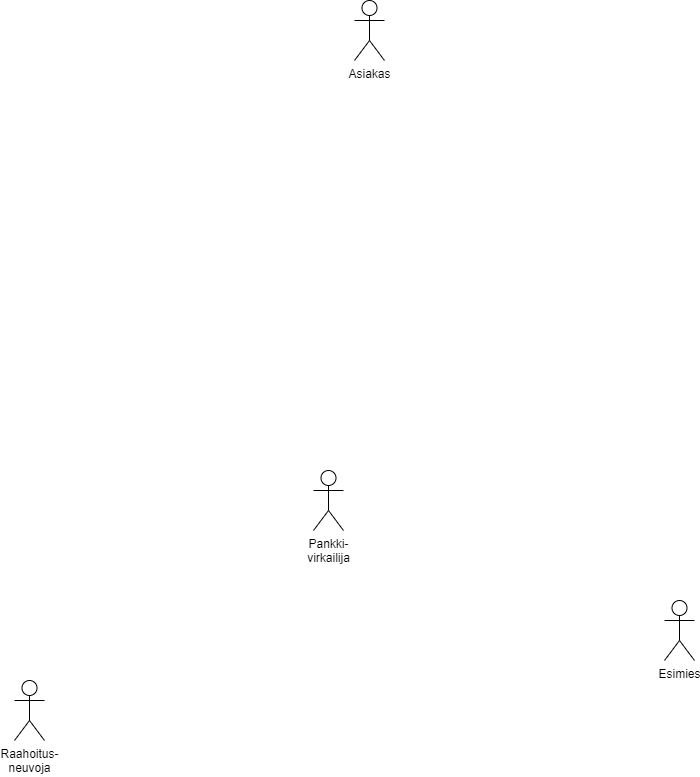
This is Harjoitus3.drawio.png from PinjaCare/UML-kaaviot, a draw.io export, as it was before one commit. Source tidied: cells renumbered, new cells last; positions are measured from the earlier drawing's top-left corner, leaving out a move shared by most shapes. Source of this version:
```xml
<mxGraphModel>
  <root>
    <mxCell id="0" />
    <mxCell id="1" parent="0" />
    <mxCell id="2" value="Asiakas" style="shape=umlActor;verticalLabelPosition=bottom;verticalAlign=top;html=1;" parent="1" vertex="1">
      <mxGeometry x="340" width="30" height="60" as="geometry" />
    </mxCell>
    <mxCell id="3" value="Pankki-&lt;div&gt;virkailija&lt;/div&gt;" style="shape=umlActor;verticalLabelPosition=bottom;verticalAlign=top;html=1;" parent="1" vertex="1">
      <mxGeometry x="299" y="470" width="30" height="60" as="geometry" />
    </mxCell>
    <mxCell id="4" value="Raahoitus-&lt;div&gt;neuvoja&lt;/div&gt;" style="shape=umlActor;verticalLabelPosition=bottom;verticalAlign=top;html=1;" parent="1" vertex="1">
      <mxGeometry y="680" width="30" height="60" as="geometry" />
    </mxCell>
    <mxCell id="5" value="Esimies" style="shape=umlActor;verticalLabelPosition=bottom;verticalAlign=top;html=1;" parent="1" vertex="1">
      <mxGeometry x="650" y="600" width="30" height="60" as="geometry" />
    </mxCell>
  </root>
</mxGraphModel>
```
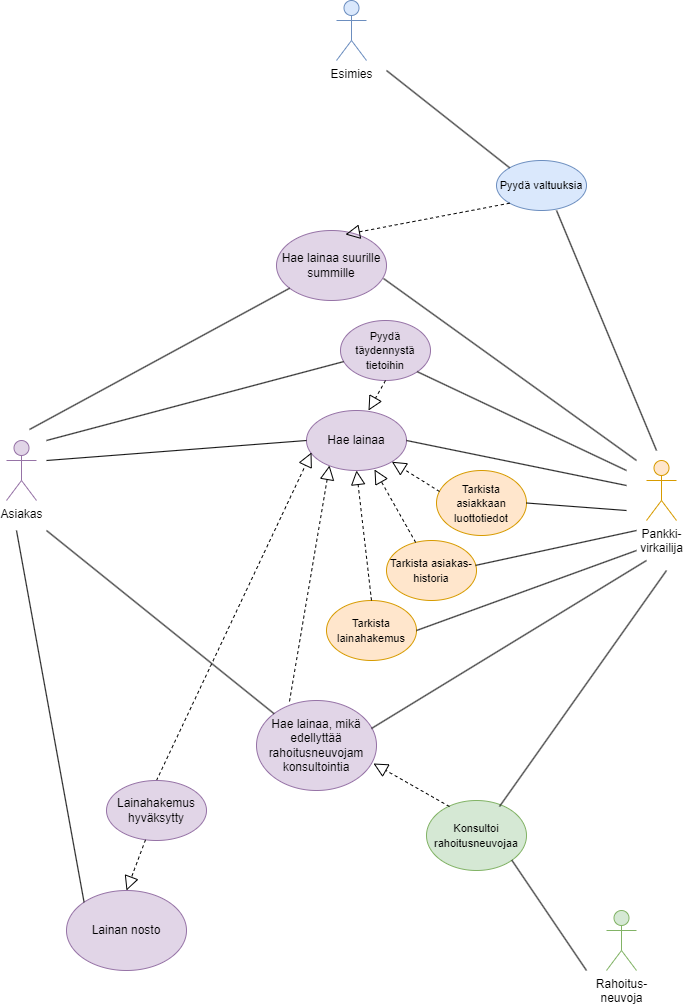
Above is the later version.

Change to the diagram source:
```diff
@@ -2,17 +2,157 @@
   <root>
     <mxCell id="0" />
     <mxCell id="1" parent="0" />
-    <mxCell id="2" value="Asiakas" style="shape=umlActor;verticalLabelPosition=bottom;verticalAlign=top;html=1;" parent="1" vertex="1">
-      <mxGeometry x="340" width="30" height="60" as="geometry" />
+    <mxCell id="2" value="Asiakas" style="shape=umlActor;verticalLabelPosition=bottom;verticalAlign=top;html=1;fillColor=#e1d5e7;strokeColor=#9673a6;" parent="1" vertex="1">
+      <mxGeometry x="-20" y="290" width="30" height="60" as="geometry" />
     </mxCell>
-    <mxCell id="3" value="Pankki-&lt;div&gt;virkailija&lt;/div&gt;" style="shape=umlActor;verticalLabelPosition=bottom;verticalAlign=top;html=1;" parent="1" vertex="1">
-      <mxGeometry x="299" y="470" width="30" height="60" as="geometry" />
+    <mxCell id="3" value="Pankki-&lt;div&gt;virkailija&lt;/div&gt;" style="shape=umlActor;verticalLabelPosition=bottom;verticalAlign=top;html=1;fillColor=#ffe6cc;strokeColor=#d79b00;" parent="1" vertex="1">
+      <mxGeometry x="620" y="310" width="30" height="60" as="geometry" />
     </mxCell>
-    <mxCell id="4" value="Raahoitus-&lt;div&gt;neuvoja&lt;/div&gt;" style="shape=umlActor;verticalLabelPosition=bottom;verticalAlign=top;html=1;" parent="1" vertex="1">
-      <mxGeometry y="680" width="30" height="60" as="geometry" />
+    <mxCell id="4" value="Rahoitus-&lt;div&gt;neuvoja&lt;/div&gt;" style="shape=umlActor;verticalLabelPosition=bottom;verticalAlign=top;html=1;fillColor=#d5e8d4;strokeColor=#82b366;" parent="1" vertex="1">
+      <mxGeometry x="580" y="760" width="30" height="60" as="geometry" />
     </mxCell>
-    <mxCell id="5" value="Esimies" style="shape=umlActor;verticalLabelPosition=bottom;verticalAlign=top;html=1;" parent="1" vertex="1">
-      <mxGeometry x="650" y="600" width="30" height="60" as="geometry" />
+    <mxCell id="5" value="Esimies" style="shape=umlActor;verticalLabelPosition=bottom;verticalAlign=top;html=1;fillColor=#dae8fc;strokeColor=#6c8ebf;" parent="1" vertex="1">
+      <mxGeometry x="310" y="-150" width="30" height="60" as="geometry" />
     </mxCell>
+    <mxCell id="6" value="Hae lainaa" style="ellipse;whiteSpace=wrap;html=1;shadow=0;strokeColor=#9673a6;align=center;verticalAlign=middle;fontFamily=Helvetica;fontSize=12;fillColor=#e1d5e7;gradientDirection=east;" parent="1" vertex="1">
+      <mxGeometry x="280" y="260" width="100" height="60" as="geometry" />
+    </mxCell>
+    <mxCell id="7" style="endArrow=none;html=1;rounded=0;entryX=0;entryY=0.5;entryDx=0;entryDy=0;" parent="1" edge="1" target="6">
+      <mxGeometry relative="1" as="geometry">
+        <mxPoint x="20" y="310" as="sourcePoint" />
+      </mxGeometry>
+    </mxCell>
+    <mxCell id="8" style="endArrow=none;html=1;rounded=0;entryX=0;entryY=0.5;entryDx=0;entryDy=0;exitX=1;exitY=0.5;exitDx=0;exitDy=0;" parent="1" edge="1" source="6">
+      <mxGeometry relative="1" as="geometry">
+        <mxPoint x="600" y="335" as="targetPoint" />
+      </mxGeometry>
+    </mxCell>
+    <mxCell id="9" value="&lt;font style=&quot;font-size: 11px;&quot;&gt;Tarkista asiakkaan luottotiedot&lt;/font&gt;" style="ellipse;whiteSpace=wrap;html=1;fillColor=#ffe6cc;strokeColor=#d79b00;" parent="1" vertex="1">
+      <mxGeometry x="410" y="320" width="90" height="65" as="geometry" />
+    </mxCell>
+    <mxCell id="10" style="endArrow=none;html=1;rounded=0;exitX=1;exitY=0.5;exitDx=0;exitDy=0;" parent="1" edge="1" source="9">
+      <mxGeometry relative="1" as="geometry">
+        <mxPoint x="600" y="360" as="targetPoint" />
+      </mxGeometry>
+    </mxCell>
+    <mxCell id="11" style="endArrow=block;dashed=1;endFill=0;endSize=12;html=1;rounded=0;exitX=0.033;exitY=0.323;exitDx=0;exitDy=0;entryX=1;entryY=1;entryDx=0;entryDy=0;exitPerimeter=0;" parent="1" edge="1" source="9" target="6">
+      <mxGeometry relative="1" as="geometry" />
+    </mxCell>
+    <mxCell id="12" value="&lt;span style=&quot;font-size: 11px;&quot;&gt;Tarkista asiakas-historia&lt;/span&gt;" style="ellipse;whiteSpace=wrap;html=1;shadow=0;strokeColor=#d79b00;align=center;verticalAlign=middle;fontFamily=Helvetica;fontSize=12;fillColor=#ffe6cc;gradientDirection=east;" parent="1" vertex="1">
+      <mxGeometry x="360" y="390" width="90" height="60" as="geometry" />
+    </mxCell>
+    <mxCell id="13" style="endArrow=block;dashed=1;endFill=0;endSize=12;html=1;rounded=0;entryX=0.68;entryY=0.983;entryDx=0;entryDy=0;entryPerimeter=0;" parent="1" edge="1" source="12" target="6">
+      <mxGeometry relative="1" as="geometry" />
+    </mxCell>
+    <mxCell id="14" style="endArrow=none;html=1;rounded=0;exitX=0.989;exitY=0.415;exitDx=0;exitDy=0;exitPerimeter=0;" parent="1" edge="1" source="12">
+      <mxGeometry relative="1" as="geometry">
+        <mxPoint x="610" y="380" as="targetPoint" />
+      </mxGeometry>
+    </mxCell>
+    <mxCell id="15" value="&lt;span style=&quot;font-size: 11px;&quot;&gt;Tarkista lainahakemus&lt;/span&gt;" style="ellipse;whiteSpace=wrap;html=1;shadow=0;strokeColor=#d79b00;align=center;verticalAlign=middle;fontFamily=Helvetica;fontSize=12;fillColor=#ffe6cc;gradientDirection=east;" parent="1" vertex="1">
+      <mxGeometry x="300" y="450" width="90" height="60" as="geometry" />
+    </mxCell>
+    <mxCell id="16" style="endArrow=block;dashed=1;endFill=0;endSize=12;html=1;rounded=0;exitX=0.5;exitY=0;exitDx=0;exitDy=0;entryX=0.5;entryY=1;entryDx=0;entryDy=0;" parent="1" edge="1" source="15" target="6">
+      <mxGeometry relative="1" as="geometry" />
+    </mxCell>
+    <mxCell id="17" style="endArrow=none;html=1;rounded=0;exitX=1;exitY=0.5;exitDx=0;exitDy=0;" parent="1" edge="1" source="15">
+      <mxGeometry relative="1" as="geometry">
+        <mxPoint x="610" y="400" as="targetPoint" />
+      </mxGeometry>
+    </mxCell>
+    <mxCell id="18" value="&lt;span style=&quot;font-size: 11px;&quot;&gt;Pyydä täydennystä tietoihin&lt;/span&gt;" style="ellipse;whiteSpace=wrap;html=1;fillColor=#e1d5e7;strokeColor=#9673a6;" parent="1" vertex="1">
+      <mxGeometry x="314" y="170" width="90" height="60" as="geometry" />
+    </mxCell>
+    <mxCell id="19" style="endArrow=block;dashed=1;endFill=0;endSize=12;html=1;rounded=0;exitX=0.5;exitY=1;exitDx=0;exitDy=0;entryX=0.62;entryY=0;entryDx=0;entryDy=0;entryPerimeter=0;" parent="1" edge="1" source="18" target="6">
+      <mxGeometry relative="1" as="geometry" />
+    </mxCell>
+    <mxCell id="20" style="endArrow=none;html=1;rounded=0;exitX=1;exitY=1;exitDx=0;exitDy=0;" parent="1" edge="1" source="18">
+      <mxGeometry relative="1" as="geometry">
+        <mxPoint x="600" y="320" as="targetPoint" />
+      </mxGeometry>
+    </mxCell>
+    <mxCell id="21" style="endArrow=none;html=1;rounded=0;" parent="1" edge="1" target="18">
+      <mxGeometry relative="1" as="geometry">
+        <mxPoint x="20" y="290" as="sourcePoint" />
+      </mxGeometry>
+    </mxCell>
+    <mxCell id="22" value="Hae lainaa, mikä edellyttää rahoitusneuvojam konsultointia" style="ellipse;whiteSpace=wrap;html=1;gradientDirection=east;fillColor=#e1d5e7;strokeColor=#9673a6;shadow=0;textShadow=0;" parent="1" vertex="1">
+      <mxGeometry x="230" y="550" width="120" height="90" as="geometry" />
+    </mxCell>
+    <mxCell id="23" style="endArrow=none;html=1;rounded=0;entryX=0;entryY=0;entryDx=0;entryDy=0;" parent="1" edge="1" target="22">
+      <mxGeometry relative="1" as="geometry">
+        <mxPoint x="20" y="380" as="sourcePoint" />
+      </mxGeometry>
+    </mxCell>
+    <mxCell id="24" style="endArrow=none;html=1;rounded=0;exitX=0.958;exitY=0.311;exitDx=0;exitDy=0;exitPerimeter=0;" parent="1" edge="1" source="22">
+      <mxGeometry relative="1" as="geometry">
+        <mxPoint x="620" y="410" as="targetPoint" />
+      </mxGeometry>
+    </mxCell>
+    <mxCell id="25" style="endArrow=block;dashed=1;endFill=0;endSize=12;html=1;rounded=0;exitX=0.275;exitY=0.011;exitDx=0;exitDy=0;entryX=0.23;entryY=0.917;entryDx=0;entryDy=0;exitPerimeter=0;entryPerimeter=0;" parent="1" edge="1" source="22" target="6">
+      <mxGeometry relative="1" as="geometry" />
+    </mxCell>
+    <mxCell id="26" value="Hae lainaa suurille summille" style="ellipse;whiteSpace=wrap;html=1;shadow=0;strokeColor=#9673a6;align=center;verticalAlign=middle;fontFamily=Helvetica;fontSize=12;fillColor=#e1d5e7;gradientDirection=east;" parent="1" vertex="1">
+      <mxGeometry x="250" y="80" width="110" height="70" as="geometry" />
+    </mxCell>
+    <mxCell id="27" style="endArrow=none;html=1;rounded=0;" parent="1" edge="1" target="26">
+      <mxGeometry relative="1" as="geometry">
+        <mxPoint x="3" y="279" as="sourcePoint" />
+      </mxGeometry>
+    </mxCell>
+    <mxCell id="28" style="endArrow=none;html=1;rounded=0;exitX=0.973;exitY=0.686;exitDx=0;exitDy=0;exitPerimeter=0;" parent="1" edge="1" source="26">
+      <mxGeometry relative="1" as="geometry">
+        <mxPoint x="610" y="310" as="targetPoint" />
+      </mxGeometry>
+    </mxCell>
+    <mxCell id="29" value="&lt;span style=&quot;font-size: 11px;&quot;&gt;Pyydä valtuuksia&lt;/span&gt;" style="ellipse;whiteSpace=wrap;html=1;fillColor=#dae8fc;strokeColor=#6c8ebf;" parent="1" vertex="1">
+      <mxGeometry x="470" y="10" width="90" height="50" as="geometry" />
+    </mxCell>
+    <mxCell id="30" style="endArrow=block;dashed=1;endFill=0;endSize=12;html=1;rounded=0;exitX=0;exitY=1;exitDx=0;exitDy=0;entryX=0.627;entryY=0.057;entryDx=0;entryDy=0;entryPerimeter=0;" parent="1" edge="1" source="29" target="26">
+      <mxGeometry relative="1" as="geometry" />
+    </mxCell>
+    <mxCell id="31" style="endArrow=none;html=1;rounded=0;exitX=0.667;exitY=1;exitDx=0;exitDy=0;exitPerimeter=0;" parent="1" edge="1" source="29">
+      <mxGeometry relative="1" as="geometry">
+        <mxPoint x="630" y="300" as="targetPoint" />
+      </mxGeometry>
+    </mxCell>
+    <mxCell id="32" style="endArrow=none;html=1;rounded=0;entryX=0;entryY=0;entryDx=0;entryDy=0;exitX=1;exitY=0.5;exitDx=0;exitDy=0;" parent="1" edge="1" target="29">
+      <mxGeometry relative="1" as="geometry">
+        <mxPoint x="360" y="-80" as="sourcePoint" />
+      </mxGeometry>
+    </mxCell>
+    <mxCell id="33" value="&lt;span style=&quot;font-size: 11px;&quot;&gt;Konsultoi rahoitusneuvojaa&lt;/span&gt;" style="ellipse;whiteSpace=wrap;html=1;fillColor=#d5e8d4;strokeColor=#82b366;" parent="1" vertex="1">
+      <mxGeometry x="400" y="650" width="100" height="70" as="geometry" />
+    </mxCell>
+    <mxCell id="34" style="endArrow=block;dashed=1;endFill=0;endSize=12;html=1;rounded=0;exitX=0.23;exitY=0.086;exitDx=0;exitDy=0;entryX=0.975;entryY=0.7;entryDx=0;entryDy=0;exitPerimeter=0;entryPerimeter=0;" parent="1" edge="1" source="33" target="22">
+      <mxGeometry relative="1" as="geometry" />
+    </mxCell>
+    <mxCell id="35" style="endArrow=none;html=1;rounded=0;exitX=1;exitY=1;exitDx=0;exitDy=0;" parent="1" edge="1" source="33">
+      <mxGeometry relative="1" as="geometry">
+        <mxPoint x="560" y="820" as="targetPoint" />
+      </mxGeometry>
+    </mxCell>
+    <mxCell id="36" style="endArrow=none;html=1;rounded=0;exitX=0.73;exitY=0.086;exitDx=0;exitDy=0;exitPerimeter=0;" parent="1" edge="1" source="33">
+      <mxGeometry relative="1" as="geometry">
+        <mxPoint x="640" y="420" as="targetPoint" />
+      </mxGeometry>
+    </mxCell>
+    <mxCell id="37" style="endArrow=block;dashed=1;endFill=0;endSize=12;html=1;rounded=0;exitX=0.5;exitY=0;exitDx=0;exitDy=0;entryX=0.05;entryY=0.7;entryDx=0;entryDy=0;entryPerimeter=0;" parent="1" edge="1" source="38" target="6">
+      <mxGeometry relative="1" as="geometry" />
+    </mxCell>
+    <mxCell id="38" value="Lainahakemus hyväksytty" style="ellipse;whiteSpace=wrap;html=1;shadow=0;strokeColor=#9673a6;align=center;verticalAlign=middle;fontFamily=Helvetica;fontSize=12;fillColor=#e1d5e7;gradientDirection=east;" parent="1" vertex="1">
+      <mxGeometry x="80" y="630" width="100" height="60" as="geometry" />
+    </mxCell>
+    <mxCell id="39" value="Lainan nosto" style="ellipse;whiteSpace=wrap;html=1;shadow=0;strokeColor=#9673a6;align=center;verticalAlign=middle;fontFamily=Helvetica;fontSize=12;fillColor=#e1d5e7;gradientDirection=east;" parent="1" vertex="1">
+      <mxGeometry x="40" y="740" width="120" height="80" as="geometry" />
+    </mxCell>
+    <mxCell id="40" style="endArrow=block;dashed=1;endFill=0;endSize=12;html=1;rounded=0;entryX=0.5;entryY=0;entryDx=0;entryDy=0;" parent="1" edge="1" source="38" target="39">
+      <mxGeometry relative="1" as="geometry" />
+    </mxCell>
+    <mxCell id="41" style="endArrow=none;html=1;rounded=0;entryX=0;entryY=0;entryDx=0;entryDy=0;" parent="1" edge="1" target="39">
+      <mxGeometry relative="1" as="geometry">
+        <mxPoint x="-10" y="380" as="sourcePoint" />
+      </mxGeometry>
+    </mxCell>
   </root>
 </mxGraphModel>
```
